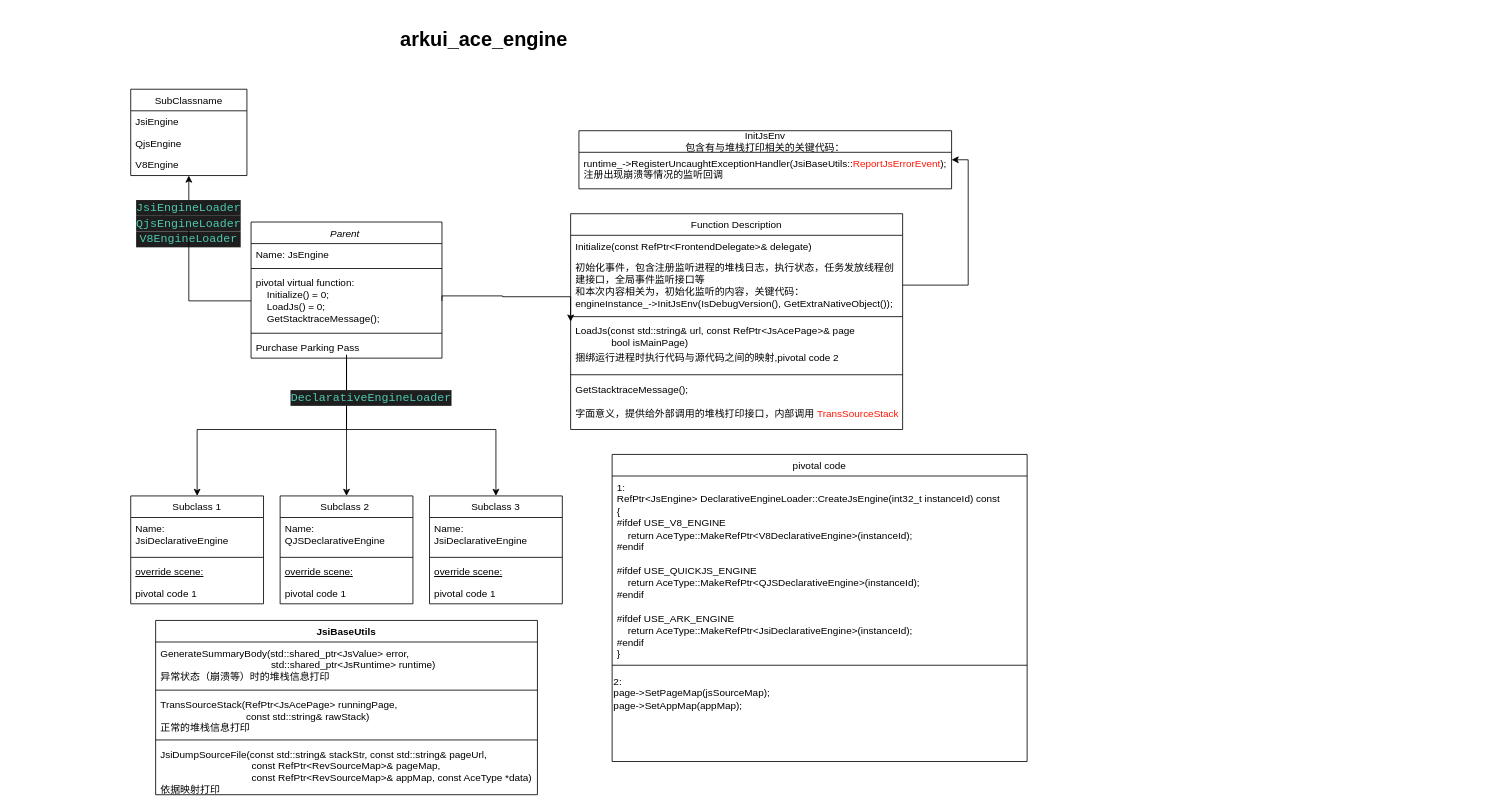
The draw.io diagram page "Page-1" (1 of 2) of js_ui_stackPrint.drawio in 3shisan3/OpenHarmony, before the edit. Source tidied: cells renumbered, new cells numbered last; positions are measured from the earlier drawing's top-left corner, leaving out a move shared by most shapes. Both pictures are drawn from the tidied source at 83%, with x=0, y=0 at pixel (130, 22).
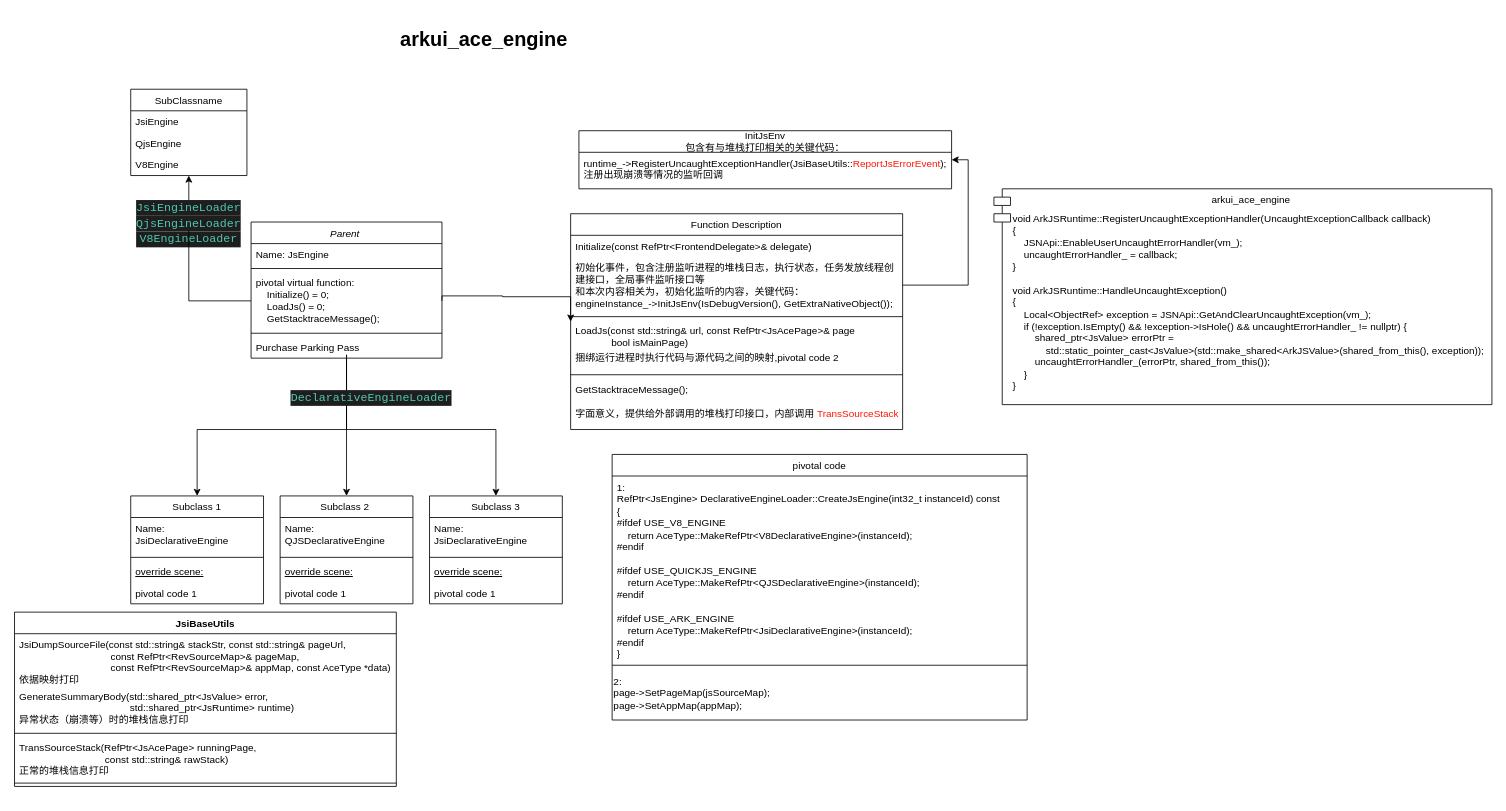
Above is the later version.

Diff of the diagram source:
```diff
@@
     <mxCell id="11" value="pivotal code" style="swimlane;fontStyle=0;align=center;verticalAlign=top;horizontal=1;startSize=26;rounded=0;shadow=0;strokeWidth=1;" parent="1" vertex="1">
-      <mxGeometry x="580" y="520" width="500" height="370" as="geometry" />
+      <mxGeometry x="580" y="520" width="500" height="320" as="geometry" />
     </mxCell>
@@
     <mxCell id="52" value="JsiBaseUtils" style="swimlane;fontStyle=1;align=center;verticalAlign=top;horizontal=1;startSize=26;fontFamily=Helvetica;fontSize=12;fontColor=#000000;" parent="1" vertex="1">
-      <mxGeometry x="30" y="720" width="460" height="210" as="geometry" />
+      <mxGeometry x="-140" y="710" width="460" height="210" as="geometry" />
     </mxCell>
+    <mxCell id="57" value="JsiDumpSourceFile(const std::string&amp; stackStr, const std::string&amp; pageUrl, &#10;                                 const RefPtr&lt;RevSourceMap&gt;&amp; pageMap,&#10;                                 const RefPtr&lt;RevSourceMap&gt;&amp; appMap, const AceType *data)&#10;依据映射打印" style="text;strokeColor=none;fillColor=none;align=left;verticalAlign=top;spacingLeft=4;spacingRight=4;overflow=hidden;fontFamily=Helvetica;fontSize=12;fontColor=#000000;" parent="52" vertex="1">
+      <mxGeometry y="26" width="460" height="62" as="geometry" />
+    </mxCell>
     <mxCell id="53" value="GenerateSummaryBody(std::shared_ptr&lt;JsValue&gt; error,&#10;                                        std::shared_ptr&lt;JsRuntime&gt; runtime)&#10;异常状态（崩溃等）时的堆栈信息打印" style="text;strokeColor=none;fillColor=none;align=left;verticalAlign=top;spacingLeft=4;spacingRight=4;overflow=hidden;fontFamily=Helvetica;fontSize=12;fontColor=#000000;" parent="52" vertex="1">
-      <mxGeometry y="26" width="460" height="54" as="geometry" />
+      <mxGeometry y="88" width="460" height="54" as="geometry" />
     </mxCell>
     <mxCell id="54" style="line;strokeWidth=1;fillColor=none;align=left;verticalAlign=middle;spacingTop=-1;spacingLeft=3;spacingRight=3;labelPosition=right;fontFamily=Helvetica;fontSize=12;fontColor=#000000;" parent="52" vertex="1">
-      <mxGeometry y="80" width="460" height="8" as="geometry" />
+      <mxGeometry y="142" width="460" height="8" as="geometry" />
     </mxCell>
     <mxCell id="55" value="TransSourceStack(RefPtr&lt;JsAcePage&gt; runningPage,&#10;                               const std::string&amp; rawStack)&#10;正常的堆栈信息打印" style="text;strokeColor=none;fillColor=none;align=left;verticalAlign=top;spacingLeft=4;spacingRight=4;overflow=hidden;fontFamily=Helvetica;fontSize=12;fontColor=#000000;" parent="52" vertex="1">
-      <mxGeometry y="88" width="460" height="52" as="geometry" />
+      <mxGeometry y="150" width="460" height="52" as="geometry" />
     </mxCell>
     <mxCell id="56" style="line;strokeWidth=1;fillColor=none;align=left;verticalAlign=middle;spacingTop=-1;spacingLeft=3;spacingRight=3;labelPosition=right;fontFamily=Helvetica;fontSize=12;fontColor=#000000;" parent="52" vertex="1">
-      <mxGeometry y="140" width="460" height="8" as="geometry" />
+      <mxGeometry y="202" width="460" height="8" as="geometry" />
     </mxCell>
-    <mxCell id="57" value="JsiDumpSourceFile(const std::string&amp; stackStr, const std::string&amp; pageUrl, &#10;                                 const RefPtr&lt;RevSourceMap&gt;&amp; pageMap,&#10;                                 const RefPtr&lt;RevSourceMap&gt;&amp; appMap, const AceType *data)&#10;依据映射打印" style="text;strokeColor=none;fillColor=none;align=left;verticalAlign=top;spacingLeft=4;spacingRight=4;overflow=hidden;fontFamily=Helvetica;fontSize=12;fontColor=#000000;" parent="52" vertex="1">
-      <mxGeometry y="148" width="460" height="62" as="geometry" />
-    </mxCell>
+    <mxCell id="58" value="arkui_ace_engine" style="shape=module;align=left;spacingLeft=20;align=center;verticalAlign=top;fillColor=none;" parent="1" vertex="1">
+      <mxGeometry x="1040" y="200" width="600" height="260" as="geometry" />
+    </mxCell>
+    <mxCell id="59" value="&lt;div&gt;void ArkJSRuntime::RegisterUncaughtExceptionHandler(UncaughtExceptionCallback callback)&lt;/div&gt;&lt;div&gt;{&lt;/div&gt;&lt;div&gt;&amp;nbsp; &amp;nbsp; JSNApi::EnableUserUncaughtErrorHandler(vm_);&lt;/div&gt;&lt;div&gt;&amp;nbsp; &amp;nbsp; uncaughtErrorHandler_ = callback;&lt;/div&gt;&lt;div&gt;}&lt;/div&gt;&lt;div&gt;&lt;br&gt;&lt;/div&gt;&lt;div&gt;void ArkJSRuntime::HandleUncaughtException()&lt;/div&gt;&lt;div&gt;{&lt;/div&gt;&lt;div&gt;&amp;nbsp; &amp;nbsp; Local&amp;lt;ObjectRef&amp;gt; exception = JSNApi::GetAndClearUncaughtException(vm_);&lt;/div&gt;&lt;div&gt;&amp;nbsp; &amp;nbsp; if (!exception.IsEmpty() &amp;amp;&amp;amp; !exception-&amp;gt;IsHole() &amp;amp;&amp;amp; uncaughtErrorHandler_ != nullptr) {&lt;/div&gt;&lt;div&gt;&amp;nbsp; &amp;nbsp; &amp;nbsp; &amp;nbsp; shared_ptr&amp;lt;JsValue&amp;gt; errorPtr =&lt;/div&gt;&lt;div&gt;&amp;nbsp; &amp;nbsp; &amp;nbsp; &amp;nbsp; &amp;nbsp; &amp;nbsp; std::static_pointer_cast&amp;lt;JsValue&amp;gt;(std::make_shared&amp;lt;ArkJSValue&amp;gt;(shared_from_this(), exception));&lt;/div&gt;&lt;div&gt;&amp;nbsp; &amp;nbsp; &amp;nbsp; &amp;nbsp; uncaughtErrorHandler_(errorPtr, shared_from_this());&lt;/div&gt;&lt;div&gt;&amp;nbsp; &amp;nbsp; }&lt;/div&gt;&lt;div&gt;}&lt;/div&gt;" style="text;html=1;strokeColor=none;fillColor=none;align=left;verticalAlign=middle;rounded=0;" parent="1" vertex="1">
+      <mxGeometry x="1061" y="301.5" width="480" height="70" as="geometry" />
+    </mxCell>
```
